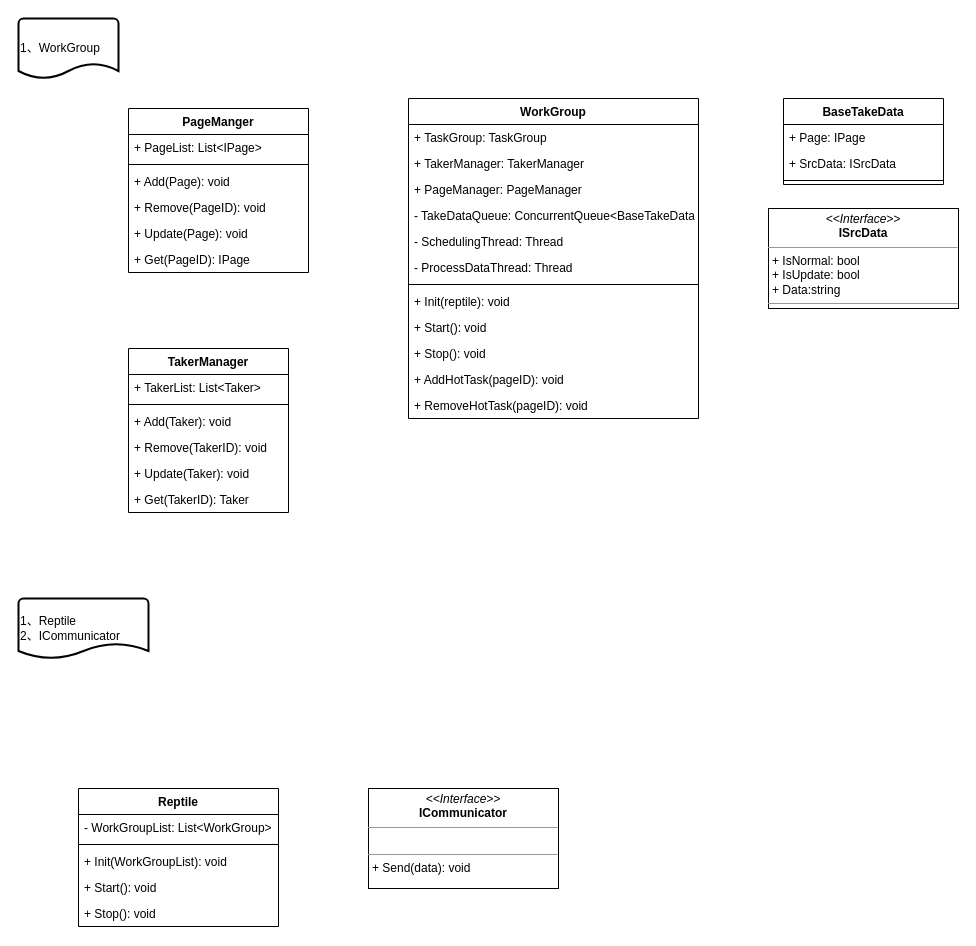
Before: page "中心模块" (5 of 9) of Designs.drawio in AugustusGao/CommonReptile, a draw.io diagram. Source tidied: cells renumbered, new cells numbered last; positions are measured from the earlier drawing's top-left corner, leaving out a move shared by most shapes. Both pictures are drawn from the tidied source at 100%, with x=0, y=0 at pixel (18, 18).
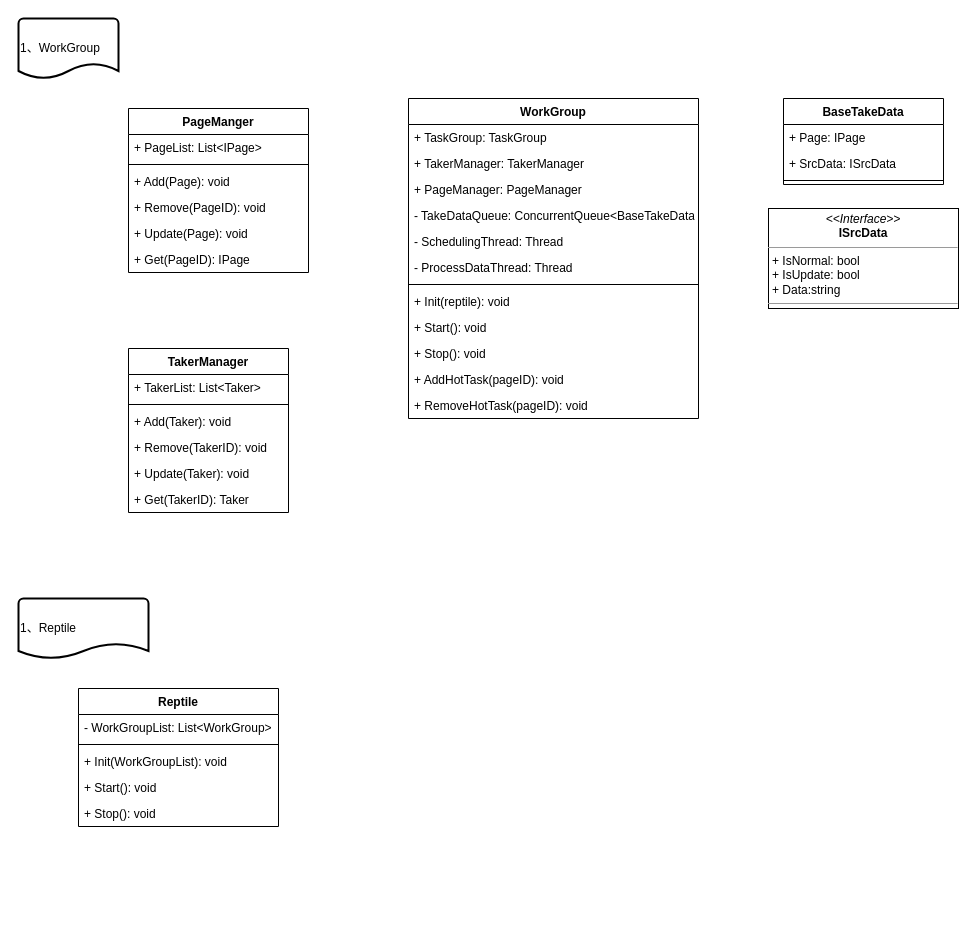
After the change.

Diff of the diagram source:
```diff
@@
-    <mxCell id="35" value="1、Reptile&lt;br&gt;2、ICommunicator" style="strokeWidth=2;html=1;shape=mxgraph.flowchart.document2;whiteSpace=wrap;size=0.25;align=left;" parent="1" vertex="1">
+    <mxCell id="35" value="1、Reptile&lt;br&gt;" style="strokeWidth=2;html=1;shape=mxgraph.flowchart.document2;whiteSpace=wrap;size=0.25;align=left;" parent="1" vertex="1">
       <mxGeometry y="580" width="130" height="60" as="geometry" />
     </mxCell>
     <mxCell id="36" value="Reptile" style="swimlane;fontStyle=1;align=center;verticalAlign=top;horizontal=1;startSize=26;" parent="1" vertex="1">
-      <mxGeometry x="60" y="770" width="200" height="138" as="geometry" />
+      <mxGeometry x="60" y="670" width="200" height="138" as="geometry" />
     </mxCell>
@@
-    <mxCell id="42" value="&lt;p style=&quot;margin: 0px ; margin-top: 4px ; text-align: center&quot;&gt;&lt;i&gt;&amp;lt;&amp;lt;Interface&amp;gt;&amp;gt;&lt;/i&gt;&lt;br&gt;&lt;b&gt;ICommunicator&lt;/b&gt;&lt;br&gt;&lt;/p&gt;&lt;hr size=&quot;1&quot;&gt;&lt;p style=&quot;margin: 0px ; margin-left: 4px&quot;&gt;&lt;br&gt;&lt;/p&gt;&lt;hr size=&quot;1&quot;&gt;&lt;p style=&quot;margin: 0px ; margin-left: 4px&quot;&gt;+ Send(data): void&lt;/p&gt;" style="verticalAlign=top;align=left;overflow=fill;fontSize=12;fontFamily=Helvetica;html=1;" parent="1" vertex="1">
-      <mxGeometry x="350" y="770" width="190" height="100" as="geometry" />
-    </mxCell>
```
